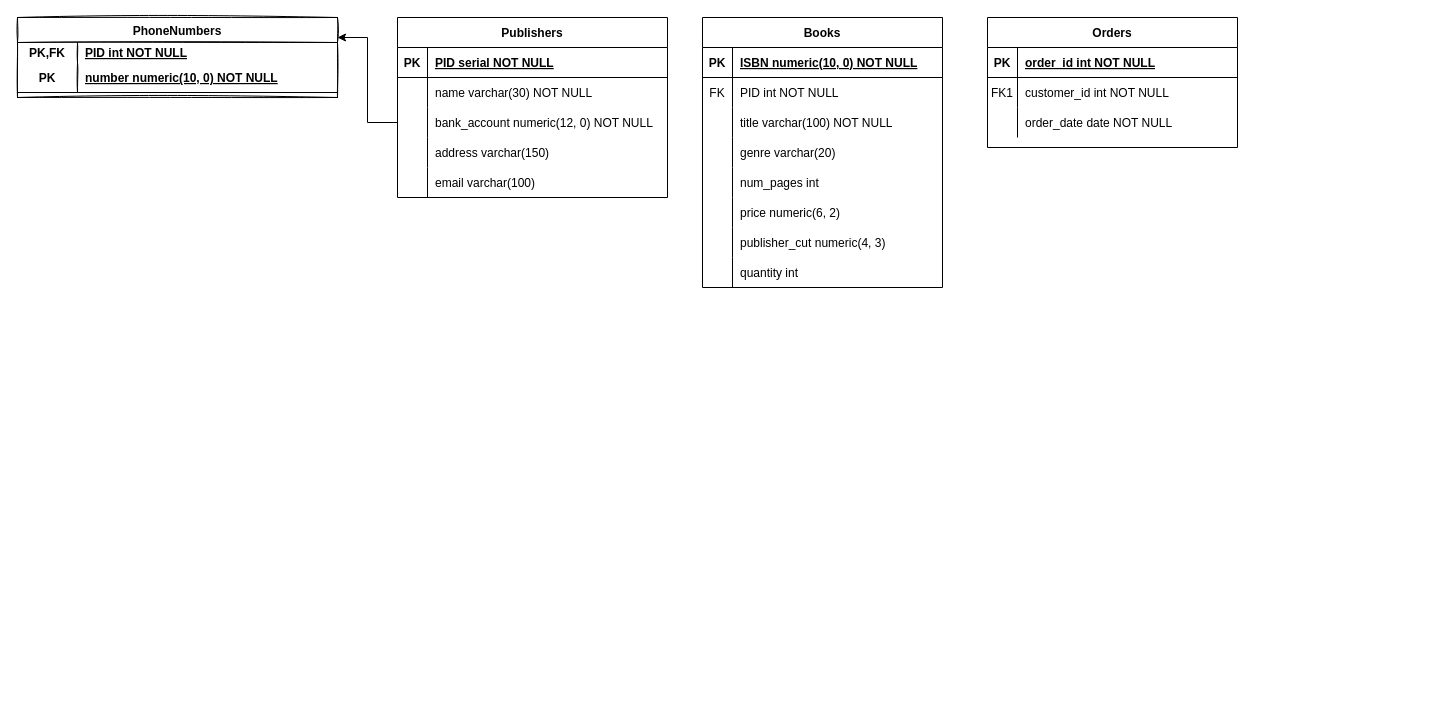
This is diagrams/ER Diagram.drawio from AdamArrhaoui/COMP3005-LookInnaBook, a draw.io file, before an edit. Source tidied: cells renumbered, new cells numbered last; positions are measured from the earlier drawing's top-left corner, leaving out a move shared by most shapes. Both pictures are drawn from the tidied source at 100%, with x=0, y=0 at pixel (17, 17).
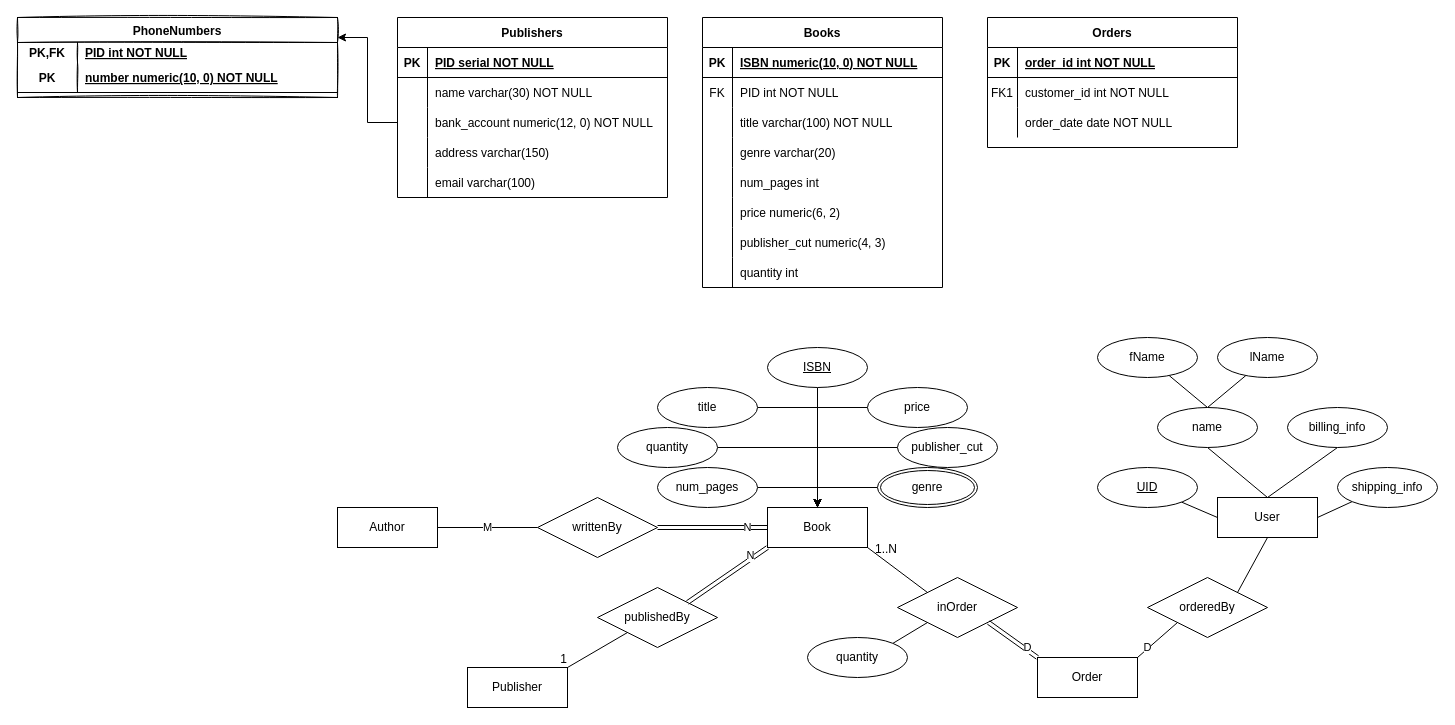
Above is the later version.

Diff of the diagram source:
```diff
@@
+    <mxCell id="61" value="Book" style="whiteSpace=wrap;html=1;align=center;" parent="1" vertex="1">
+      <mxGeometry x="750" y="490" width="100" height="40" as="geometry" />
+    </mxCell>
+    <mxCell id="62" style="edgeStyle=orthogonalEdgeStyle;rounded=0;jettySize=auto;html=1;entryX=0.5;entryY=0;entryDx=0;entryDy=0;" parent="1" edge="1" source="63" target="61">
+      <mxGeometry relative="1" as="geometry" />
+    </mxCell>
+    <mxCell id="63" value="ISBN" style="ellipse;whiteSpace=wrap;html=1;align=center;fontStyle=4;" parent="1" vertex="1">
+      <mxGeometry x="750" y="330" width="100" height="40" as="geometry" />
+    </mxCell>
+    <mxCell id="64" style="edgeStyle=orthogonalEdgeStyle;rounded=0;jettySize=auto;html=1;entryX=0.5;entryY=0;entryDx=0;entryDy=0;" parent="1" edge="1" source="65" target="61">
+      <mxGeometry relative="1" as="geometry" />
+    </mxCell>
+    <mxCell id="65" value="title" style="ellipse;whiteSpace=wrap;html=1;align=center;" parent="1" vertex="1">
+      <mxGeometry x="640" y="370" width="100" height="40" as="geometry" />
+    </mxCell>
+    <mxCell id="66" style="edgeStyle=orthogonalEdgeStyle;rounded=0;jettySize=auto;html=1;entryX=0.5;entryY=0;entryDx=0;entryDy=0;" parent="1" edge="1" source="67" target="61">
+      <mxGeometry relative="1" as="geometry" />
+    </mxCell>
+    <mxCell id="67" value="quantity" style="ellipse;whiteSpace=wrap;html=1;align=center;" parent="1" vertex="1">
+      <mxGeometry x="600" y="410" width="100" height="40" as="geometry" />
+    </mxCell>
+    <mxCell id="68" style="edgeStyle=orthogonalEdgeStyle;rounded=0;jettySize=auto;html=1;entryX=0.5;entryY=0;entryDx=0;entryDy=0;" parent="1" edge="1" source="69" target="61">
+      <mxGeometry relative="1" as="geometry" />
+    </mxCell>
+    <mxCell id="69" value="num_pages" style="ellipse;whiteSpace=wrap;html=1;align=center;" parent="1" vertex="1">
+      <mxGeometry x="640" y="450" width="100" height="40" as="geometry" />
+    </mxCell>
+    <mxCell id="70" style="edgeStyle=orthogonalEdgeStyle;rounded=0;jettySize=auto;html=1;exitX=0;exitY=0.5;exitDx=0;exitDy=0;entryX=0.5;entryY=0;entryDx=0;entryDy=0;" parent="1" edge="1" source="71" target="61">
+      <mxGeometry relative="1" as="geometry" />
+    </mxCell>
+    <mxCell id="71" value="price" style="ellipse;whiteSpace=wrap;html=1;align=center;" parent="1" vertex="1">
+      <mxGeometry x="850" y="370" width="100" height="40" as="geometry" />
+    </mxCell>
+    <mxCell id="72" style="edgeStyle=orthogonalEdgeStyle;rounded=0;jettySize=auto;html=1;entryX=0.5;entryY=0;entryDx=0;entryDy=0;" parent="1" edge="1" source="73" target="61">
+      <mxGeometry relative="1" as="geometry" />
+    </mxCell>
+    <mxCell id="73" value="publisher_cut" style="ellipse;whiteSpace=wrap;html=1;align=center;" parent="1" vertex="1">
+      <mxGeometry x="880" y="410" width="100" height="40" as="geometry" />
+    </mxCell>
+    <mxCell id="74" style="edgeStyle=orthogonalEdgeStyle;rounded=0;jettySize=auto;html=1;entryX=0.5;entryY=0;entryDx=0;entryDy=0;endArrow=none;endFill=0;" parent="1" edge="1" source="75" target="61">
+      <mxGeometry relative="1" as="geometry" />
+    </mxCell>
+    <mxCell id="75" value="genre" style="ellipse;shape=doubleEllipse;margin=3;whiteSpace=wrap;html=1;align=center;" parent="1" vertex="1">
+      <mxGeometry x="860" y="450" width="100" height="40" as="geometry" />
+    </mxCell>
+    <mxCell id="76" style="edgeStyle=orthogonalEdgeStyle;rounded=0;jettySize=auto;html=1;entryX=0;entryY=0.5;entryDx=0;entryDy=0;endArrow=none;endFill=0;shape=link;" parent="1" edge="1" source="79" target="61">
+      <mxGeometry relative="1" as="geometry" />
+    </mxCell>
+    <mxCell id="77" value="N" style="edgeLabel;html=1;align=center;verticalAlign=middle;" parent="76" vertex="1">
+      <mxGeometry x="0.62" y="1" relative="1" as="geometry" />
+    </mxCell>
+    <mxCell id="78" value="M" style="edgeStyle=orthogonalEdgeStyle;rounded=0;jettySize=auto;html=1;entryX=1;entryY=0.5;entryDx=0;entryDy=0;endArrow=none;endFill=0;align=center;labelPosition=left;verticalLabelPosition=middle;verticalAlign=middle;" parent="1" edge="1" source="79" target="80">
+      <mxGeometry relative="1" as="geometry" />
+    </mxCell>
+    <mxCell id="79" value="writtenBy" style="shape=rhombus;perimeter=rhombusPerimeter;whiteSpace=wrap;html=1;align=center;" parent="1" vertex="1">
+      <mxGeometry x="520" y="480" width="120" height="60" as="geometry" />
+    </mxCell>
+    <mxCell id="80" value="Author" style="whiteSpace=wrap;html=1;align=center;" parent="1" vertex="1">
+      <mxGeometry x="320" y="490" width="100" height="40" as="geometry" />
+    </mxCell>
+    <mxCell id="81" value="publishedBy" style="shape=rhombus;perimeter=rhombusPerimeter;whiteSpace=wrap;html=1;align=center;" parent="1" vertex="1">
+      <mxGeometry x="580" y="570" width="120" height="60" as="geometry" />
+    </mxCell>
+    <mxCell id="82" style="shape=link;html=1;rounded=0;endArrow=none;endFill=0;exitX=1;exitY=0;exitDx=0;exitDy=0;entryX=0;entryY=1;entryDx=0;entryDy=0;" parent="1" edge="1" source="81" target="61">
+      <mxGeometry relative="1" as="geometry" />
+    </mxCell>
+    <mxCell id="83" value="N" style="edgeLabel;html=1;align=center;verticalAlign=middle;" parent="82" vertex="1">
+      <mxGeometry x="0.6" y="4" relative="1" as="geometry" />
+    </mxCell>
+    <mxCell id="84" value="Publisher" style="whiteSpace=wrap;html=1;align=center;" parent="1" vertex="1">
+      <mxGeometry x="450" y="650" width="100" height="40" as="geometry" />
+    </mxCell>
+    <mxCell id="85" style="endArrow=none;html=1;rounded=0;exitX=0;exitY=1;exitDx=0;exitDy=0;entryX=1;entryY=0;entryDx=0;entryDy=0;" parent="1" edge="1" source="81" target="84">
+      <mxGeometry relative="1" as="geometry" />
+    </mxCell>
+    <mxCell id="86" value="1" style="html=1;align=right;verticalAlign=bottom;" parent="85" vertex="1">
+      <mxGeometry x="1" relative="1" as="geometry" />
+    </mxCell>
+    <mxCell id="87" value="inOrder" style="shape=rhombus;perimeter=rhombusPerimeter;whiteSpace=wrap;html=1;align=center;" parent="1" vertex="1">
+      <mxGeometry x="880" y="560" width="120" height="60" as="geometry" />
+    </mxCell>
+    <mxCell id="88" style="endArrow=none;html=1;rounded=0;exitX=0;exitY=0;exitDx=0;exitDy=0;entryX=1;entryY=1;entryDx=0;entryDy=0;" parent="1" edge="1" source="87" target="61">
+      <mxGeometry relative="1" as="geometry" />
+    </mxCell>
+    <mxCell id="89" value="1..N" style="html=1;align=right;verticalAlign=bottom;" parent="88" vertex="1">
+      <mxGeometry x="1" relative="1" as="geometry">
+        <mxPoint x="30" y="10" as="offset" />
+      </mxGeometry>
+    </mxCell>
+    <mxCell id="90" value="D" style="rounded=0;jettySize=auto;html=1;entryX=1;entryY=1;entryDx=0;entryDy=0;endArrow=none;endFill=0;shape=link;exitX=0;exitY=0;exitDx=0;exitDy=0;" parent="1" edge="1" source="91">
+      <mxGeometry x="-0.52" y="-2" relative="1" as="geometry">
+        <mxPoint x="971" y="605" as="targetPoint" />
+      </mxGeometry>
+    </mxCell>
+    <mxCell id="91" value="Order" style="whiteSpace=wrap;html=1;align=center;" parent="1" vertex="1">
+      <mxGeometry x="1020" y="640" width="100" height="40" as="geometry" />
+    </mxCell>
+    <mxCell id="92" value="D" style="edgeStyle=none;rounded=0;jettySize=auto;html=1;exitX=0;exitY=1;exitDx=0;exitDy=0;entryX=1;entryY=0;entryDx=0;entryDy=0;endArrow=none;endFill=0;" parent="1" edge="1" source="93" target="91">
+      <mxGeometry x="0.47" y="-1" relative="1" as="geometry" />
+    </mxCell>
+    <mxCell id="93" value="orderedBy" style="shape=rhombus;perimeter=rhombusPerimeter;whiteSpace=wrap;html=1;align=center;" parent="1" vertex="1">
+      <mxGeometry x="1130" y="560" width="120" height="60" as="geometry" />
+    </mxCell>
+    <mxCell id="94" style="edgeStyle=none;rounded=0;jettySize=auto;html=1;endArrow=none;endFill=0;exitX=0.5;exitY=1;exitDx=0;exitDy=0;entryX=1;entryY=0;entryDx=0;entryDy=0;" parent="1" edge="1" source="99" target="93">
+      <mxGeometry relative="1" as="geometry" />
+    </mxCell>
+    <mxCell id="95" style="edgeStyle=none;rounded=0;jettySize=auto;html=1;exitX=0;exitY=0.5;exitDx=0;exitDy=0;endArrow=none;endFill=0;" parent="1" edge="1" source="99" target="100">
+      <mxGeometry relative="1" as="geometry" />
+    </mxCell>
+    <mxCell id="96" style="edgeStyle=none;rounded=0;jettySize=auto;html=1;exitX=0.5;exitY=0;exitDx=0;exitDy=0;entryX=0.5;entryY=1;entryDx=0;entryDy=0;endArrow=none;endFill=0;" parent="1" edge="1" source="99" target="103">
+      <mxGeometry relative="1" as="geometry" />
+    </mxCell>
+    <mxCell id="97" style="edgeStyle=none;rounded=0;jettySize=auto;html=1;exitX=0.5;exitY=0;exitDx=0;exitDy=0;entryX=0.5;entryY=1;entryDx=0;entryDy=0;endArrow=none;endFill=0;" parent="1" edge="1" source="99" target="106">
+      <mxGeometry relative="1" as="geometry" />
+    </mxCell>
+    <mxCell id="98" style="edgeStyle=none;rounded=0;jettySize=auto;html=1;exitX=1;exitY=0.5;exitDx=0;exitDy=0;entryX=0;entryY=1;entryDx=0;entryDy=0;endArrow=none;endFill=0;" parent="1" edge="1" source="99" target="107">
+      <mxGeometry relative="1" as="geometry" />
+    </mxCell>
+    <mxCell id="99" value="User" style="whiteSpace=wrap;html=1;align=center;" parent="1" vertex="1">
+      <mxGeometry x="1200" y="480" width="100" height="40" as="geometry" />
+    </mxCell>
+    <mxCell id="100" value="UID" style="ellipse;whiteSpace=wrap;html=1;align=center;fontStyle=4;" parent="1" vertex="1">
+      <mxGeometry x="1080" y="450" width="100" height="40" as="geometry" />
+    </mxCell>
+    <mxCell id="101" style="edgeStyle=none;rounded=0;jettySize=auto;html=1;endArrow=none;endFill=0;exitX=0.5;exitY=0;exitDx=0;exitDy=0;" parent="1" edge="1" source="103" target="104">
+      <mxGeometry relative="1" as="geometry" />
+    </mxCell>
+    <mxCell id="102" style="edgeStyle=none;rounded=0;jettySize=auto;html=1;exitX=0.5;exitY=0;exitDx=0;exitDy=0;endArrow=none;endFill=0;" parent="1" edge="1" source="103" target="105">
+      <mxGeometry relative="1" as="geometry" />
+    </mxCell>
+    <mxCell id="103" value="name" style="ellipse;whiteSpace=wrap;html=1;align=center;" parent="1" vertex="1">
+      <mxGeometry x="1140" y="390" width="100" height="40" as="geometry" />
+    </mxCell>
+    <mxCell id="104" value="fName" style="ellipse;whiteSpace=wrap;html=1;align=center;" parent="1" vertex="1">
+      <mxGeometry x="1080" y="320" width="100" height="40" as="geometry" />
+    </mxCell>
+    <mxCell id="105" value="lName" style="ellipse;whiteSpace=wrap;html=1;align=center;" parent="1" vertex="1">
+      <mxGeometry x="1200" y="320" width="100" height="40" as="geometry" />
+    </mxCell>
+    <mxCell id="106" value="billing_info" style="ellipse;whiteSpace=wrap;html=1;align=center;" parent="1" vertex="1">
+      <mxGeometry x="1270" y="390" width="100" height="40" as="geometry" />
+    </mxCell>
+    <mxCell id="107" value="shipping_info" style="ellipse;whiteSpace=wrap;html=1;align=center;" parent="1" vertex="1">
+      <mxGeometry x="1320" y="450" width="100" height="40" as="geometry" />
+    </mxCell>
+    <mxCell id="108" style="edgeStyle=none;rounded=0;jettySize=auto;html=1;exitX=1;exitY=0;exitDx=0;exitDy=0;entryX=0;entryY=1;entryDx=0;entryDy=0;endArrow=none;endFill=0;" parent="1" edge="1" source="109" target="87">
+      <mxGeometry relative="1" as="geometry" />
+    </mxCell>
+    <mxCell id="109" value="quantity" style="ellipse;whiteSpace=wrap;html=1;align=center;" parent="1" vertex="1">
+      <mxGeometry x="790" y="620" width="100" height="40" as="geometry" />
+    </mxCell>
```
